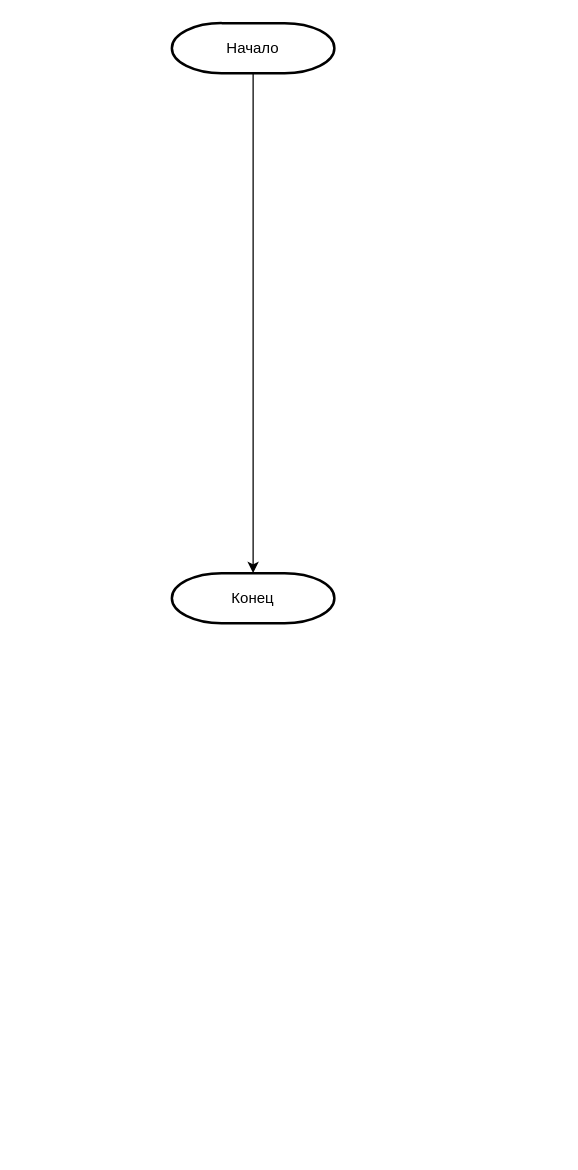
Above: Algorithm_OPZ/(1. ВД) Алгоритм Генерация CWE.drawio in SmirnovBogdan8/Diplom (draw.io), before the change. Source tidied: cells renumbered, new cells numbered last; positions are measured from the earlier drawing's top-left corner, leaving out a move shared by most shapes. Both pictures are drawn from the tidied source at 125%, with x=0, y=0 at pixel (171, 22).
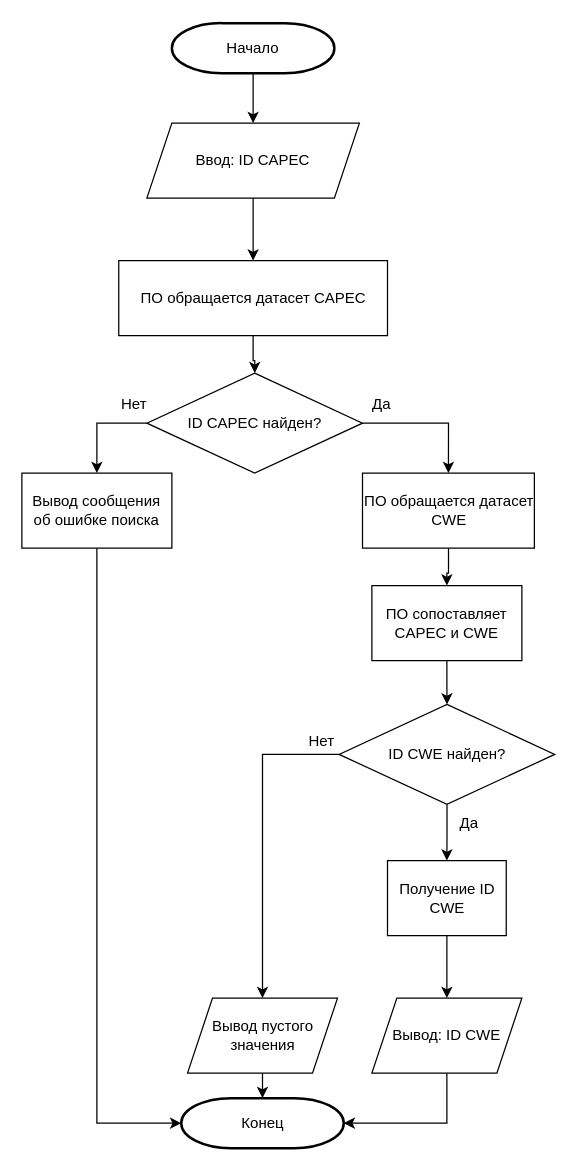
The same page after the edit.

Unchanged cells that the change refers to:
```xml
<mxCell id="3" value="Начало" style="strokeWidth=2;html=1;shape=mxgraph.flowchart.terminator;whiteSpace=wrap;" parent="1" vertex="1">
  <mxGeometry width="130" height="40" as="geometry" />
</mxCell>
```

What changed in the source:
```diff
@@
-    <mxCell id="2" style="edgeStyle=orthogonalEdgeStyle;rounded=0;jettySize=auto;html=1;exitX=0.5;exitY=1;exitDx=0;exitDy=0;exitPerimeter=0;" parent="1" edge="1" source="3" target="4">
-      <mxGeometry relative="1" as="geometry" />
-    </mxCell>
+    <mxCell id="5" style="edgeStyle=orthogonalEdgeStyle;rounded=0;jettySize=auto;html=1;" parent="1" edge="1" source="3" target="7">
+      <mxGeometry relative="1" as="geometry" />
+    </mxCell>
@@
     <mxCell id="4" value="Конец" style="strokeWidth=2;html=1;shape=mxgraph.flowchart.terminator;whiteSpace=wrap;" parent="1" vertex="1">
-      <mxGeometry y="440" width="130" height="40" as="geometry" />
+      <mxGeometry x="7.5" y="860" width="130" height="40" as="geometry" />
     </mxCell>
+    <mxCell id="6" style="edgeStyle=orthogonalEdgeStyle;rounded=0;jettySize=auto;html=1;" parent="1" edge="1" source="7" target="11">
+      <mxGeometry relative="1" as="geometry" />
+    </mxCell>
+    <mxCell id="7" value="Ввод: ID CAPEC" style="shape=parallelogram;perimeter=parallelogramPerimeter;whiteSpace=wrap;html=1;fixedSize=1;" parent="1" vertex="1">
+      <mxGeometry x="-20" y="80" width="170" height="60" as="geometry" />
+    </mxCell>
+    <mxCell id="8" style="edgeStyle=orthogonalEdgeStyle;rounded=0;jettySize=auto;html=1;" parent="1" edge="1" source="9" target="4">
+      <mxGeometry relative="1" as="geometry" />
+    </mxCell>
+    <mxCell id="9" value="Вывод пустого значения" style="shape=parallelogram;perimeter=parallelogramPerimeter;whiteSpace=wrap;html=1;fixedSize=1;" parent="1" vertex="1">
+      <mxGeometry x="12.5" y="780" width="120" height="60" as="geometry" />
+    </mxCell>
+    <mxCell id="10" style="edgeStyle=orthogonalEdgeStyle;rounded=0;jettySize=auto;html=1;" parent="1" edge="1" source="11" target="13">
+      <mxGeometry relative="1" as="geometry" />
+    </mxCell>
+    <mxCell id="11" value="ПО обращается датасет CAPEC" style="rounded=0;whiteSpace=wrap;html=1;" parent="1" vertex="1">
+      <mxGeometry x="-42.5" y="190" width="215" height="60" as="geometry" />
+    </mxCell>
+    <mxCell id="12" style="edgeStyle=orthogonalEdgeStyle;rounded=0;jettySize=auto;html=1;exitX=0;exitY=0.5;exitDx=0;exitDy=0;entryX=0.5;entryY=0;entryDx=0;entryDy=0;" parent="1" edge="1" source="13" target="14">
+      <mxGeometry relative="1" as="geometry" />
+    </mxCell>
+    <mxCell id="13" value="ID CAPEC найден?" style="rhombus;whiteSpace=wrap;html=1;" parent="1" vertex="1">
+      <mxGeometry x="-20" y="280" width="172.5" height="80" as="geometry" />
+    </mxCell>
+    <mxCell id="14" value="Вывод сообщения об ошибке поиска" style="rounded=0;whiteSpace=wrap;html=1;" parent="1" vertex="1">
+      <mxGeometry x="-120" y="360" width="120" height="60" as="geometry" />
+    </mxCell>
+    <mxCell id="15" style="edgeStyle=orthogonalEdgeStyle;rounded=0;jettySize=auto;html=1;" parent="1" edge="1" source="16" target="27">
+      <mxGeometry relative="1" as="geometry" />
+    </mxCell>
+    <mxCell id="16" value="ПО сопоставляет CAPEC и CWE" style="rounded=0;whiteSpace=wrap;html=1;" parent="1" vertex="1">
+      <mxGeometry x="160" y="450" width="120" height="60" as="geometry" />
+    </mxCell>
+    <mxCell id="17" style="edgeStyle=orthogonalEdgeStyle;rounded=0;jettySize=auto;html=1;" parent="1" edge="1" source="18" target="28">
+      <mxGeometry relative="1" as="geometry" />
+    </mxCell>
+    <mxCell id="18" value="Получение ID CWE" style="rounded=0;whiteSpace=wrap;html=1;" parent="1" vertex="1">
+      <mxGeometry x="172.5" y="670" width="95" height="60" as="geometry" />
+    </mxCell>
+    <mxCell id="19" value="Нет" style="text;html=1;align=center;verticalAlign=middle;whiteSpace=wrap;rounded=0;" parent="1" vertex="1">
+      <mxGeometry x="-60" y="290" width="60" height="30" as="geometry" />
+    </mxCell>
+    <mxCell id="20" style="edgeStyle=orthogonalEdgeStyle;rounded=0;jettySize=auto;html=1;exitX=0.25;exitY=1;exitDx=0;exitDy=0;entryX=0.5;entryY=0;entryDx=0;entryDy=0;" parent="1" edge="1" source="21" target="24">
+      <mxGeometry relative="1" as="geometry">
+        <Array as="points">
+          <mxPoint x="221" y="320" />
+        </Array>
+      </mxGeometry>
+    </mxCell>
+    <mxCell id="21" value="Да" style="text;html=1;align=center;verticalAlign=middle;whiteSpace=wrap;rounded=0;" parent="1" vertex="1">
+      <mxGeometry x="137.5" y="290" width="60" height="30" as="geometry" />
+    </mxCell>
+    <mxCell id="22" style="edgeStyle=orthogonalEdgeStyle;rounded=0;jettySize=auto;html=1;exitX=0.5;exitY=1;exitDx=0;exitDy=0;entryX=0;entryY=0.5;entryDx=0;entryDy=0;entryPerimeter=0;" parent="1" edge="1" source="14" target="4">
+      <mxGeometry relative="1" as="geometry" />
+    </mxCell>
+    <mxCell id="23" style="edgeStyle=orthogonalEdgeStyle;rounded=0;jettySize=auto;html=1;" parent="1" edge="1" source="24" target="16">
+      <mxGeometry relative="1" as="geometry" />
+    </mxCell>
+    <mxCell id="24" value="ПО обращается датасет CWE" style="rounded=0;whiteSpace=wrap;html=1;" parent="1" vertex="1">
+      <mxGeometry x="152.5" y="360" width="137.5" height="60" as="geometry" />
+    </mxCell>
+    <mxCell id="25" style="edgeStyle=orthogonalEdgeStyle;rounded=0;jettySize=auto;html=1;" parent="1" edge="1" source="27" target="18">
+      <mxGeometry relative="1" as="geometry" />
+    </mxCell>
+    <mxCell id="26" style="edgeStyle=orthogonalEdgeStyle;rounded=0;jettySize=auto;html=1;exitX=0;exitY=0.5;exitDx=0;exitDy=0;entryX=0.5;entryY=0;entryDx=0;entryDy=0;" parent="1" edge="1" source="27" target="9">
+      <mxGeometry relative="1" as="geometry" />
+    </mxCell>
+    <mxCell id="27" value="ID CWE найден?" style="rhombus;whiteSpace=wrap;html=1;" parent="1" vertex="1">
+      <mxGeometry x="133.8" y="545" width="172.5" height="80" as="geometry" />
+    </mxCell>
+    <mxCell id="28" value="Вывод: ID CWE" style="shape=parallelogram;perimeter=parallelogramPerimeter;whiteSpace=wrap;html=1;fixedSize=1;" parent="1" vertex="1">
+      <mxGeometry x="160" y="780" width="120" height="60" as="geometry" />
+    </mxCell>
+    <mxCell id="29" style="edgeStyle=orthogonalEdgeStyle;rounded=0;jettySize=auto;html=1;entryX=1;entryY=0.5;entryDx=0;entryDy=0;entryPerimeter=0;" parent="1" edge="1" source="28" target="4">
+      <mxGeometry relative="1" as="geometry">
+        <Array as="points">
+          <mxPoint x="220" y="880" />
+        </Array>
+      </mxGeometry>
+    </mxCell>
+    <mxCell id="30" value="Да" style="text;html=1;align=center;verticalAlign=middle;whiteSpace=wrap;rounded=0;" parent="1" vertex="1">
+      <mxGeometry x="207.5" y="625" width="60" height="30" as="geometry" />
+    </mxCell>
+    <mxCell id="31" value="Нет" style="text;html=1;align=center;verticalAlign=middle;whiteSpace=wrap;rounded=0;" parent="1" vertex="1">
+      <mxGeometry x="90" y="560" width="60" height="30" as="geometry" />
+    </mxCell>
```
